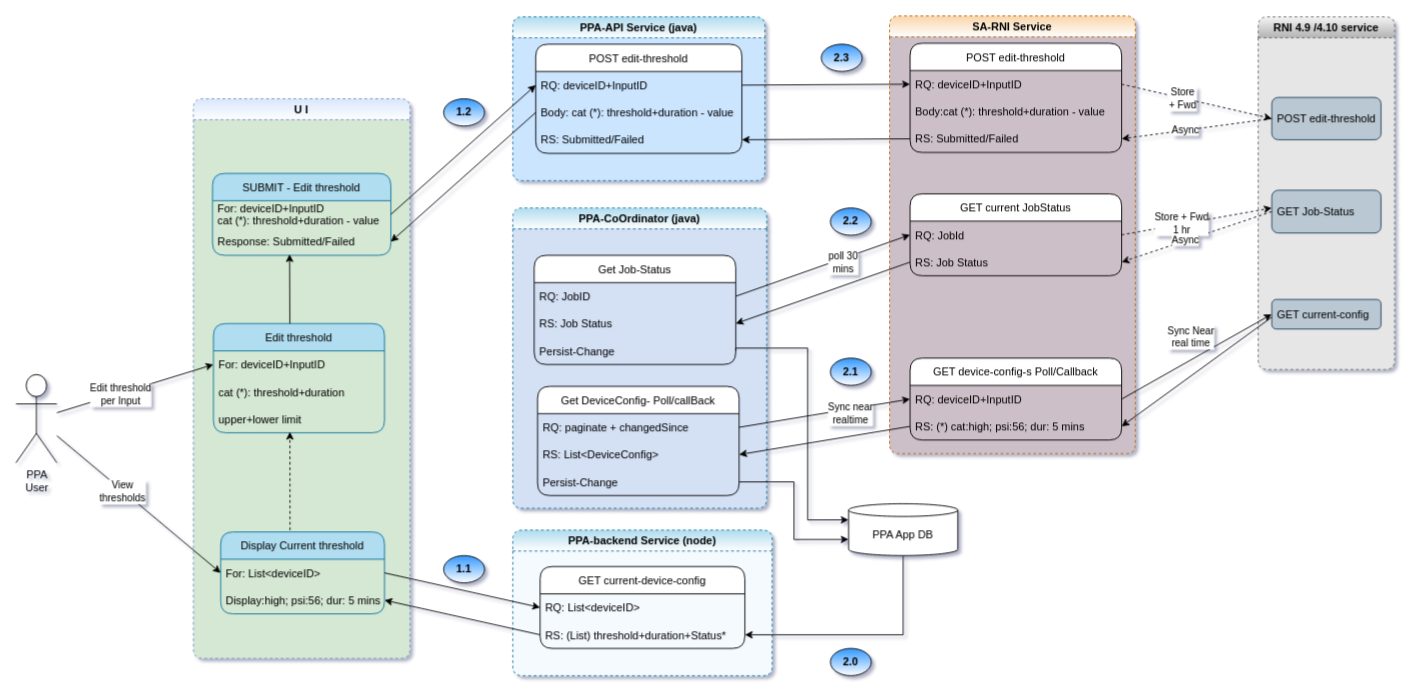
The draw.io diagram ppa/edit-threshold-data-mapping-v2.drawio in rajeshpv-common/my-drawio, before the edit. Source tidied: cells renumbered, new cells numbered last; positions are measured from the earlier drawing's top-left corner, leaving out a move shared by most shapes. Both pictures are drawn from the tidied source at 91%, with x=0, y=0 at pixel (15, 15).
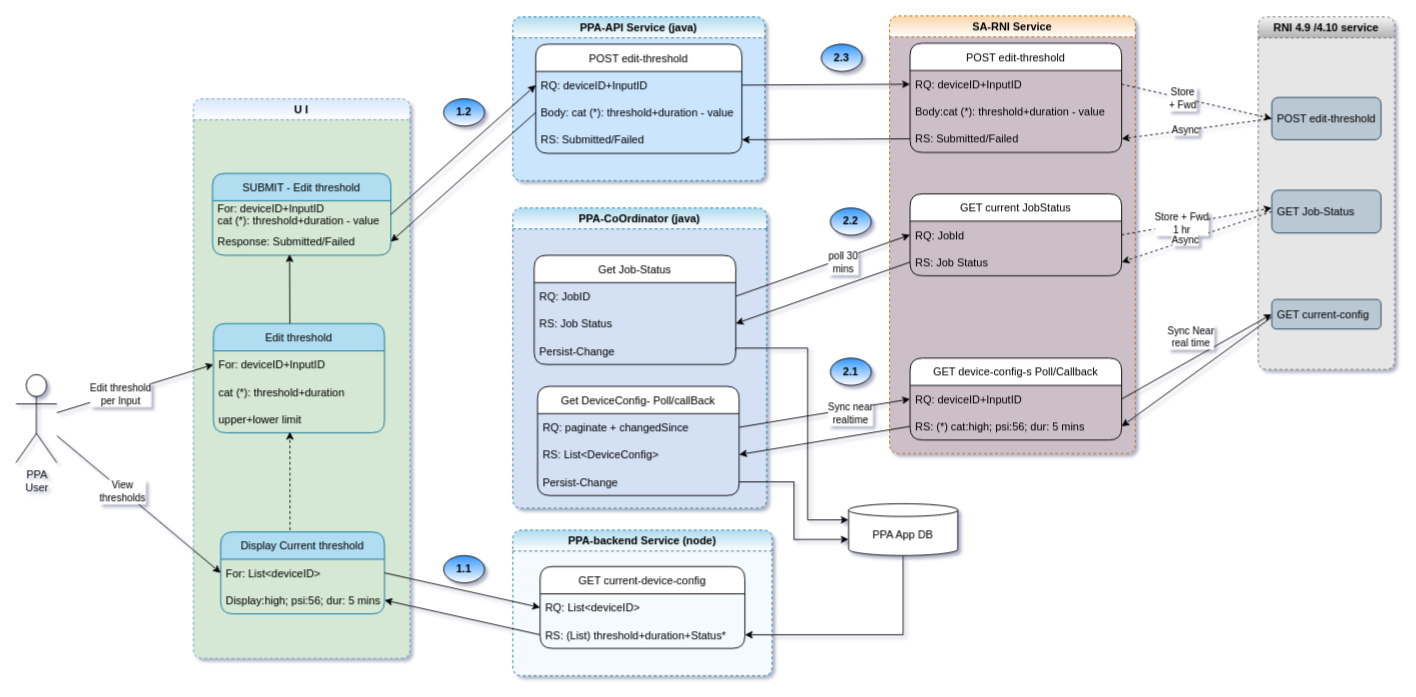
Above is the later version.

Diff of the diagram source:
```diff
@@
-    <mxCell id="74" value="&lt;b&gt;2.0&lt;/b&gt;" style="ellipse;whiteSpace=wrap;html=1;gradientColor=#ffffff;fillColor=#3399FF;" parent="1" vertex="1">
-      <mxGeometry x="895" y="695" width="45" height="30" as="geometry" />
-    </mxCell>
```
